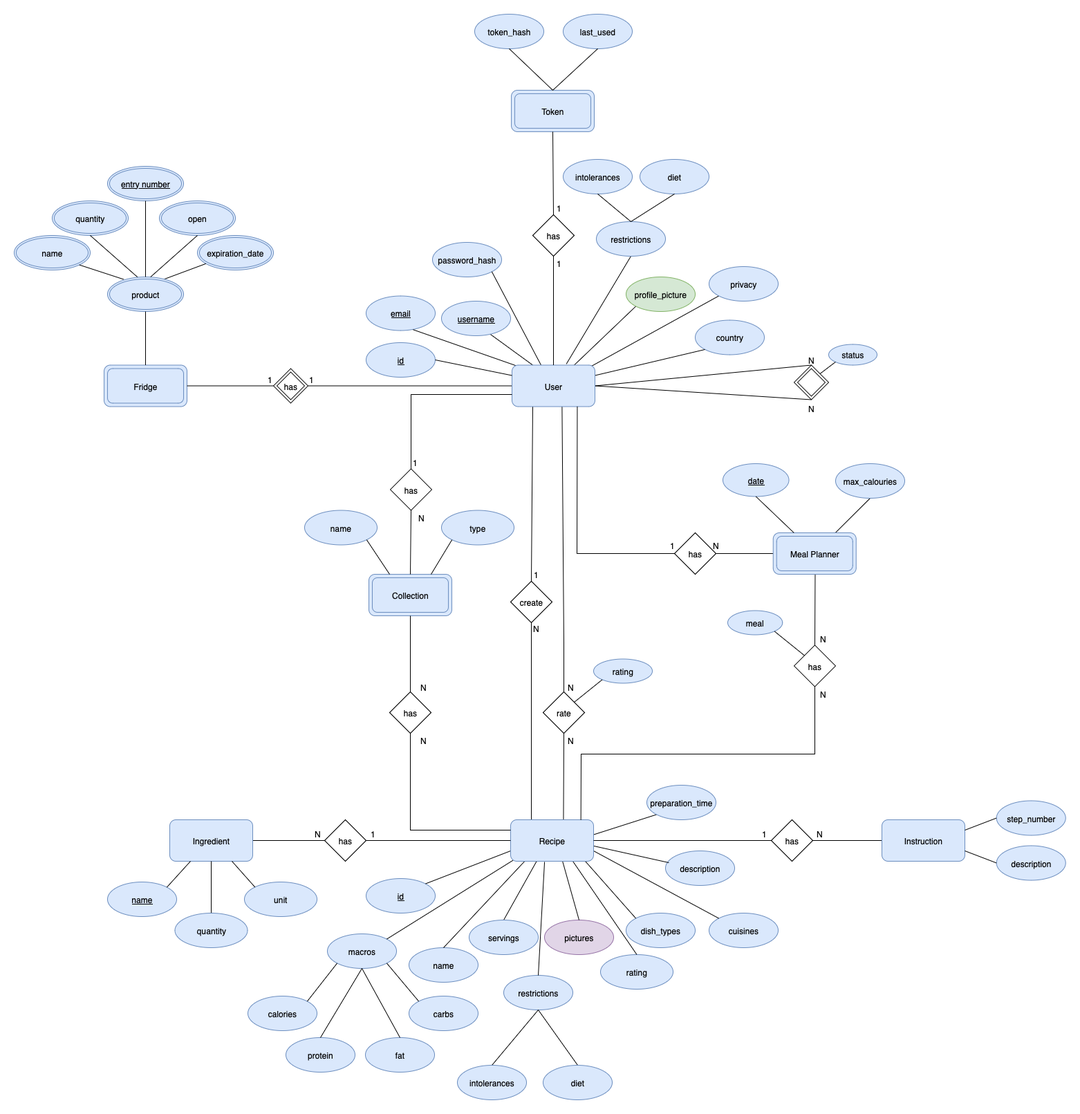
Above: docs/imgs/ModeloEA.png in vascosta/epicurius (draw.io), before the change. Source tidied: cells renumbered, new cells last; positions are measured from the earlier drawing's top-left corner, leaving out a move shared by most shapes.
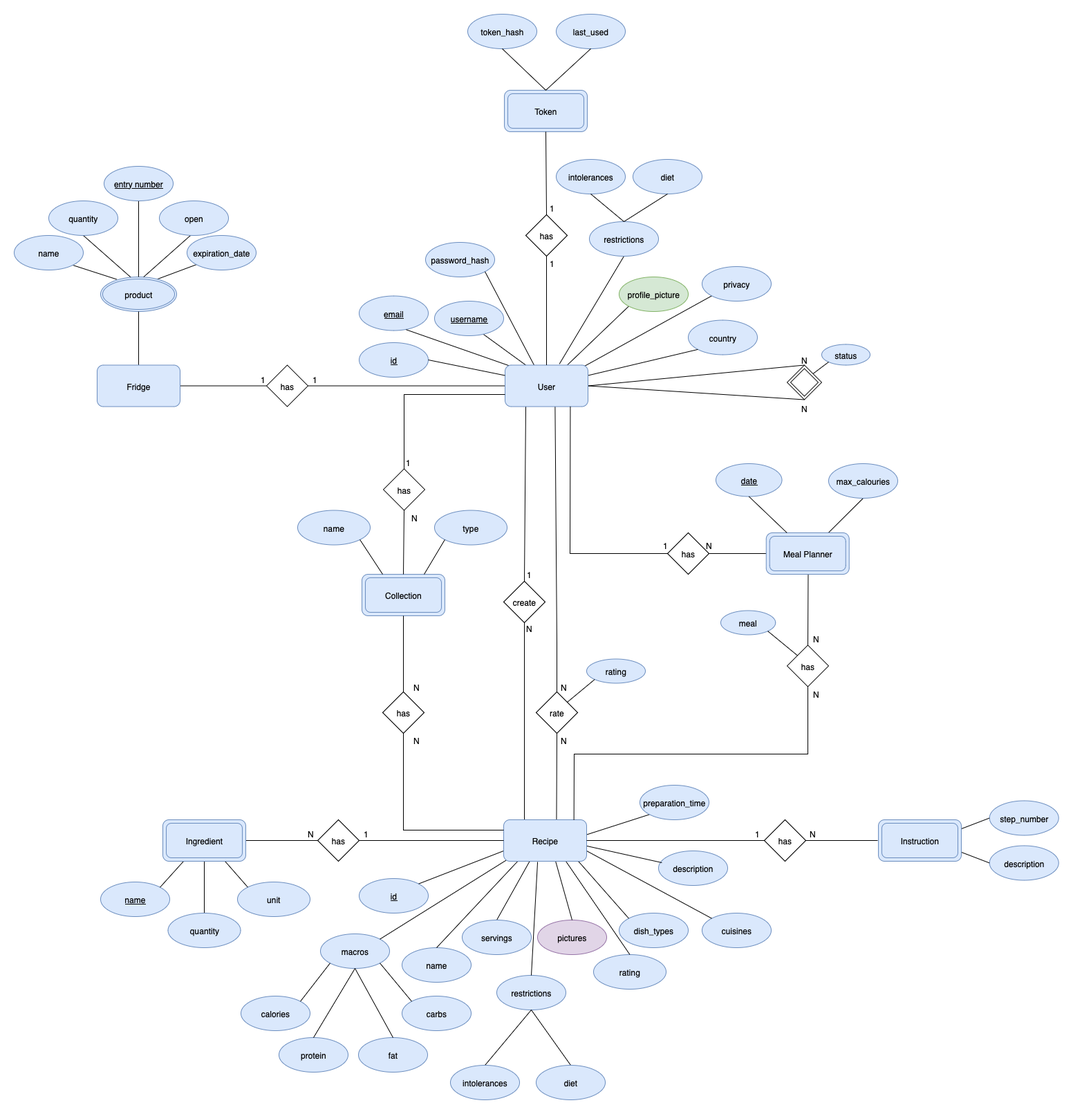
Above is the later version.

What changed in the source:
```diff
@@ -13,5 +13,5 @@
     </mxCell>
-    <mxCell id="5" style="endArrow=none;html=1;rounded=0;exitX=1;exitY=0.5;exitDx=0;exitDy=0;entryX=0;entryY=0.5;entryDx=0;entryDy=0;" parent="1" edge="1" source="53" target="63">
-      <mxGeometry relative="1" as="geometry" />
-    </mxCell>
+    <mxCell id="162" style="endArrow=none;html=1;rounded=0;entryX=0;entryY=0.5;entryDx=0;entryDy=0;exitX=1;exitY=0.5;exitDx=0;exitDy=0;" parent="1" edge="1" source="64" target="63">
+      <mxGeometry relative="1" as="geometry" />
+    </mxCell>
     <mxCell id="6" value="1" style="text;html=1;align=center;verticalAlign=middle;whiteSpace=wrap;rounded=0;" parent="1" vertex="1">
@@ -20,3 +20,3 @@
     <mxCell id="7" value="1" style="text;html=1;align=center;verticalAlign=middle;whiteSpace=wrap;rounded=0;" parent="1" vertex="1">
-      <mxGeometry x="420" y="517.5" width="20" height="20" as="geometry" />
+      <mxGeometry x="435" y="517.5" width="20" height="20" as="geometry" />
     </mxCell>
@@ -154,11 +154,2 @@
     </mxCell>
-    <mxCell id="52" value="expiration_date" style="ellipse;shape=doubleEllipse;margin=3;whiteSpace=wrap;html=1;align=center;fillColor=#dae8fc;strokeColor=#6c8ebf;" parent="1" vertex="1">
-      <mxGeometry x="265" y="320" width="110" height="50" as="geometry" />
-    </mxCell>
-    <mxCell id="53" style="rhombus;whiteSpace=wrap;html=1;" parent="1" vertex="1">
-      <mxGeometry x="375" y="512.5" width="50" height="50" as="geometry" />
-    </mxCell>
-    <mxCell id="54" value="Fridge" style="shape=ext;margin=3;double=1;whiteSpace=wrap;html=1;align=center;fillColor=#dae8fc;strokeColor=#6c8ebf;rounded=1;" parent="1" vertex="1">
-      <mxGeometry x="130" y="507.5" width="120" height="60" as="geometry" />
-    </mxCell>
     <mxCell id="55" style="endArrow=none;html=1;rounded=0;fontFamily=Helvetica;fontSize=12;fontColor=default;entryX=0.603;entryY=0.939;entryDx=0;entryDy=0;entryPerimeter=0;exitX=0.5;exitY=0;exitDx=0;exitDy=0;" parent="1" edge="1" source="79" target="63">
@@ -179,8 +170,8 @@
     </mxCell>
-    <mxCell id="59" style="endArrow=none;html=1;rounded=0;fontFamily=Helvetica;fontSize=12;fontColor=default;entryX=1;entryY=0.5;entryDx=0;entryDy=0;exitX=0.5;exitY=1;exitDx=0;exitDy=0;" parent="1" edge="1" source="49" target="63">
-      <mxGeometry relative="1" as="geometry" />
-    </mxCell>
-    <mxCell id="60" style="endArrow=none;html=1;rounded=0;fontFamily=Helvetica;fontSize=12;fontColor=default;exitX=0.5;exitY=0;exitDx=0;exitDy=0;entryX=1;entryY=0.5;entryDx=0;entryDy=0;" parent="1" edge="1" source="49" target="63">
-      <mxGeometry relative="1" as="geometry" />
-    </mxCell>
+    <mxCell id="163" style="endArrow=none;html=1;rounded=0;fontFamily=Helvetica;fontSize=12;fontColor=default;entryX=1;entryY=0.5;entryDx=0;entryDy=0;exitX=0.5;exitY=1;exitDx=0;exitDy=0;" parent="1" edge="1" source="49" target="63">
+      <mxGeometry relative="1" as="geometry" />
+    </mxCell>
+    <mxCell id="164" style="endArrow=none;html=1;rounded=0;fontFamily=Helvetica;fontSize=12;fontColor=default;exitX=0.5;exitY=0;exitDx=0;exitDy=0;entryX=1;entryY=0.5;entryDx=0;entryDy=0;" parent="1" edge="1" source="49" target="63">
+      <mxGeometry relative="1" as="geometry" />
+    </mxCell>
     <mxCell id="61" value="N" style="text;html=1;align=center;verticalAlign=middle;whiteSpace=wrap;rounded=0;" parent="1" vertex="1">
@@ -194,20 +185,17 @@
     </mxCell>
-    <mxCell id="64" value="has" style="rhombus;whiteSpace=wrap;html=1;" parent="1" vertex="1">
-      <mxGeometry x="380" y="517.5" width="40" height="40" as="geometry" />
-    </mxCell>
-    <mxCell id="65" value="name" style="ellipse;shape=doubleEllipse;margin=3;whiteSpace=wrap;html=1;align=center;fillColor=#dae8fc;strokeColor=#6c8ebf;" parent="1" vertex="1">
-      <mxGeometry y="320" width="110" height="50" as="geometry" />
-    </mxCell>
-    <mxCell id="66" value="quantity" style="ellipse;shape=doubleEllipse;margin=3;whiteSpace=wrap;html=1;align=center;fillColor=#dae8fc;strokeColor=#6c8ebf;" parent="1" vertex="1">
-      <mxGeometry x="55" y="270" width="110" height="50" as="geometry" />
-    </mxCell>
-    <mxCell id="67" style="endArrow=none;html=1;rounded=0;fontFamily=Helvetica;fontSize=12;fontColor=default;entryX=1;entryY=1;entryDx=0;entryDy=0;exitX=0.214;exitY=0.071;exitDx=0;exitDy=0;exitPerimeter=0;fillColor=#dae8fc;strokeColor=light-dark(#000000, #5c79a3);" parent="1" edge="1" source="70" target="65">
-      <mxGeometry relative="1" as="geometry" />
-    </mxCell>
-    <mxCell id="68" style="endArrow=none;html=1;rounded=0;fontFamily=Helvetica;fontSize=12;fontColor=default;entryX=0.5;entryY=1;entryDx=0;entryDy=0;exitX=0.399;exitY=0.014;exitDx=0;exitDy=0;exitPerimeter=0;fillColor=#dae8fc;strokeColor=light-dark(#000000, #5c79a3);" parent="1" edge="1" source="70" target="66">
-      <mxGeometry relative="1" as="geometry" />
-    </mxCell>
-    <mxCell id="69" style="endArrow=none;html=1;rounded=0;fontFamily=Helvetica;fontSize=12;fontColor=default;exitX=0.723;exitY=0.083;exitDx=0;exitDy=0;exitPerimeter=0;fillColor=#dae8fc;strokeColor=light-dark(#000000, #5c79a3);" parent="1" edge="1" source="70" target="52">
-      <mxGeometry relative="1" as="geometry" />
-    </mxCell>
+    <mxCell id="165" style="endArrow=none;html=1;rounded=0;fontFamily=Helvetica;fontSize=12;fontColor=default;entryX=1;entryY=1;entryDx=0;entryDy=0;exitX=0.214;exitY=0.071;exitDx=0;exitDy=0;exitPerimeter=0;fillColor=#dae8fc;strokeColor=light-dark(#000000, #5c79a3);" parent="1" edge="1" source="70">
+      <mxGeometry relative="1" as="geometry">
+        <mxPoint x="93.9" y="362.7" as="targetPoint" />
+      </mxGeometry>
+    </mxCell>
+    <mxCell id="166" style="endArrow=none;html=1;rounded=0;fontFamily=Helvetica;fontSize=12;fontColor=default;entryX=0.5;entryY=1;entryDx=0;entryDy=0;exitX=0.399;exitY=0.014;exitDx=0;exitDy=0;exitPerimeter=0;fillColor=#dae8fc;strokeColor=light-dark(#000000, #5c79a3);" parent="1" edge="1" source="70">
+      <mxGeometry relative="1" as="geometry">
+        <mxPoint x="110" y="320" as="targetPoint" />
+      </mxGeometry>
+    </mxCell>
+    <mxCell id="167" style="endArrow=none;html=1;rounded=0;fontFamily=Helvetica;fontSize=12;fontColor=default;exitX=0.723;exitY=0.083;exitDx=0;exitDy=0;exitPerimeter=0;fillColor=#dae8fc;strokeColor=light-dark(#000000, #5c79a3);" parent="1" edge="1" source="70">
+      <mxGeometry relative="1" as="geometry">
+        <mxPoint x="277.3" y="360.8" as="targetPoint" />
+      </mxGeometry>
+    </mxCell>
     <mxCell id="70" value="product" style="ellipse;shape=doubleEllipse;margin=3;whiteSpace=wrap;html=1;align=center;fillColor=#dae8fc;strokeColor=#6c8ebf;" parent="1" vertex="1">
@@ -215,8 +203,7 @@
     </mxCell>
-    <mxCell id="71" value="open" style="ellipse;shape=doubleEllipse;margin=3;whiteSpace=wrap;html=1;align=center;fillColor=#dae8fc;strokeColor=#6c8ebf;" parent="1" vertex="1">
-      <mxGeometry x="210" y="270" width="110" height="50" as="geometry" />
-    </mxCell>
-    <mxCell id="72" style="endArrow=none;html=1;rounded=0;fontFamily=Helvetica;fontSize=12;fontColor=default;exitX=0.566;exitY=0.001;exitDx=0;exitDy=0;entryX=0.5;entryY=1;entryDx=0;entryDy=0;fillColor=#dae8fc;strokeColor=#000000;exitPerimeter=0;" parent="1" edge="1" source="70" target="71">
-      <mxGeometry relative="1" as="geometry" />
-    </mxCell>
+    <mxCell id="168" style="endArrow=none;html=1;rounded=0;fontFamily=Helvetica;fontSize=12;fontColor=default;exitX=0.566;exitY=0.001;exitDx=0;exitDy=0;entryX=0.5;entryY=1;entryDx=0;entryDy=0;fillColor=#dae8fc;strokeColor=#000000;exitPerimeter=0;" parent="1" edge="1" source="70">
+      <mxGeometry relative="1" as="geometry">
+        <mxPoint x="265" y="320" as="targetPoint" />
+      </mxGeometry>
+    </mxCell>
     <mxCell id="73" value="Recipe" style="rounded=1;whiteSpace=wrap;html=1;fillColor=#dae8fc;strokeColor=#6c8ebf;" parent="1" vertex="1">
@@ -254,8 +241,7 @@
     </mxCell>
-    <mxCell id="84" style="endArrow=none;html=1;rounded=0;entryX=0;entryY=0.5;entryDx=0;entryDy=0;exitX=1;exitY=0.5;exitDx=0;exitDy=0;" parent="1" edge="1" source="85" target="83">
-      <mxGeometry relative="1" as="geometry" />
-    </mxCell>
-    <mxCell id="85" value="Ingredient" style="rounded=1;whiteSpace=wrap;html=1;fillColor=#dae8fc;strokeColor=#6c8ebf;" parent="1" vertex="1">
-      <mxGeometry x="225" y="1165" width="120" height="60" as="geometry" />
-    </mxCell>
+    <mxCell id="169" style="endArrow=none;html=1;rounded=0;entryX=0;entryY=0.5;entryDx=0;entryDy=0;exitX=1;exitY=0.5;exitDx=0;exitDy=0;" parent="1" edge="1" target="83">
+      <mxGeometry relative="1" as="geometry">
+        <mxPoint x="345" y="1195" as="sourcePoint" />
+      </mxGeometry>
+    </mxCell>
     <mxCell id="86" value="&lt;u&gt;name&lt;/u&gt;" style="ellipse;whiteSpace=wrap;html=1;fillColor=#dae8fc;strokeColor=#6c8ebf;" parent="1" vertex="1">
@@ -263,8 +249,12 @@
     </mxCell>
-    <mxCell id="87" style="endArrow=none;html=1;rounded=0;exitX=1;exitY=0;exitDx=0;exitDy=0;entryX=0.25;entryY=1;entryDx=0;entryDy=0;" parent="1" edge="1" source="86" target="85">
-      <mxGeometry relative="1" as="geometry" />
-    </mxCell>
-    <mxCell id="88" style="endArrow=none;html=1;rounded=0;entryX=0.5;entryY=1;entryDx=0;entryDy=0;exitX=0.5;exitY=1;exitDx=0;exitDy=0;" parent="1" edge="1" source="89" target="85">
-      <mxGeometry relative="1" as="geometry" />
-    </mxCell>
+    <mxCell id="170" style="endArrow=none;html=1;rounded=0;exitX=1;exitY=0;exitDx=0;exitDy=0;entryX=0.25;entryY=1;entryDx=0;entryDy=0;" parent="1" edge="1" source="86">
+      <mxGeometry relative="1" as="geometry">
+        <mxPoint x="255" y="1225" as="targetPoint" />
+      </mxGeometry>
+    </mxCell>
+    <mxCell id="171" style="endArrow=none;html=1;rounded=0;entryX=0.5;entryY=1;entryDx=0;entryDy=0;exitX=0.5;exitY=1;exitDx=0;exitDy=0;" parent="1" edge="1" source="89">
+      <mxGeometry relative="1" as="geometry">
+        <mxPoint x="285" y="1225" as="targetPoint" />
+      </mxGeometry>
+    </mxCell>
     <mxCell id="89" value="quantity" style="ellipse;whiteSpace=wrap;html=1;fillColor=#dae8fc;strokeColor=#6c8ebf;" parent="1" vertex="1">
@@ -275,5 +265,7 @@
     </mxCell>
-    <mxCell id="91" style="endArrow=none;html=1;rounded=0;entryX=0.75;entryY=1;entryDx=0;entryDy=0;exitX=0;exitY=0;exitDx=0;exitDy=0;" parent="1" edge="1" source="90" target="85">
-      <mxGeometry relative="1" as="geometry" />
-    </mxCell>
+    <mxCell id="172" style="endArrow=none;html=1;rounded=0;entryX=0.75;entryY=1;entryDx=0;entryDy=0;exitX=0;exitY=0;exitDx=0;exitDy=0;" parent="1" edge="1" source="90">
+      <mxGeometry relative="1" as="geometry">
+        <mxPoint x="315" y="1225" as="targetPoint" />
+      </mxGeometry>
+    </mxCell>
     <mxCell id="92" style="endArrow=none;html=1;rounded=0;entryX=0.787;entryY=0.997;entryDx=0;entryDy=0;exitX=0;exitY=0.5;exitDx=0;exitDy=0;entryPerimeter=0;" parent="1" edge="1" source="93" target="63">
@@ -365,8 +357,7 @@
     </mxCell>
-    <mxCell id="118" value="&lt;u&gt;entry number&lt;/u&gt;" style="ellipse;shape=doubleEllipse;margin=3;whiteSpace=wrap;html=1;align=center;fillColor=#dae8fc;strokeColor=#6c8ebf;" parent="1" vertex="1">
-      <mxGeometry x="135" y="220" width="110" height="50" as="geometry" />
-    </mxCell>
-    <mxCell id="119" style="endArrow=none;html=1;rounded=0;entryX=0.5;entryY=1;entryDx=0;entryDy=0;exitX=0.5;exitY=0;exitDx=0;exitDy=0;" parent="1" edge="1" source="70" target="118">
-      <mxGeometry relative="1" as="geometry" />
-    </mxCell>
+    <mxCell id="173" style="endArrow=none;html=1;rounded=0;entryX=0.5;entryY=1;entryDx=0;entryDy=0;exitX=0.5;exitY=0;exitDx=0;exitDy=0;" parent="1" edge="1" source="70">
+      <mxGeometry relative="1" as="geometry">
+        <mxPoint x="190" y="270" as="targetPoint" />
+      </mxGeometry>
+    </mxCell>
     <mxCell id="120" value="&lt;u&gt;date&lt;/u&gt;" style="ellipse;whiteSpace=wrap;html=1;fillColor=#dae8fc;strokeColor=#6c8ebf;" parent="1" vertex="1">
@@ -383,5 +374,7 @@
     </mxCell>
-    <mxCell id="124" style="endArrow=none;html=1;rounded=0;exitX=0.5;exitY=1;exitDx=0;exitDy=0;entryX=0.5;entryY=0;entryDx=0;entryDy=0;" parent="1" edge="1" source="70" target="54">
-      <mxGeometry relative="1" as="geometry" />
-    </mxCell>
+    <mxCell id="174" style="endArrow=none;html=1;rounded=0;exitX=0.5;exitY=1;exitDx=0;exitDy=0;entryX=0.5;entryY=0;entryDx=0;entryDy=0;" parent="1" edge="1" source="70">
+      <mxGeometry relative="1" as="geometry">
+        <mxPoint x="190" y="507.5" as="targetPoint" />
+      </mxGeometry>
+    </mxCell>
     <mxCell id="125" style="edgeStyle=orthogonalEdgeStyle;rounded=0;orthogonalLoop=1;jettySize=auto;html=1;exitX=0.5;exitY=1;exitDx=0;exitDy=0;" parent="1" edge="1" source="21" target="21">
@@ -389,5 +382,8 @@
     </mxCell>
-    <mxCell id="126" style="endArrow=none;html=1;rounded=0;entryX=0;entryY=0.5;entryDx=0;entryDy=0;exitX=1;exitY=0.5;exitDx=0;exitDy=0;" parent="1" edge="1" source="54" target="53">
-      <mxGeometry relative="1" as="geometry" />
-    </mxCell>
+    <mxCell id="175" style="endArrow=none;html=1;rounded=0;entryX=0;entryY=0.5;entryDx=0;entryDy=0;exitX=1;exitY=0.5;exitDx=0;exitDy=0;" parent="1" edge="1">
+      <mxGeometry relative="1" as="geometry">
+        <mxPoint x="250" y="537.5" as="sourcePoint" />
+        <mxPoint x="375" y="537.5" as="targetPoint" />
+      </mxGeometry>
+    </mxCell>
     <mxCell id="127" value="Collection" style="shape=ext;margin=3;double=1;whiteSpace=wrap;html=1;align=center;fillColor=#dae8fc;strokeColor=#6c8ebf;rounded=1;" parent="1" vertex="1">
@@ -401,10 +397,10 @@
     </mxCell>
-    <mxCell id="130" style="endArrow=none;html=1;rounded=0;exitX=0.5;exitY=0;exitDx=0;exitDy=0;" parent="1" edge="1" source="131">
-      <mxGeometry relative="1" as="geometry">
-        <mxPoint x="720" y="550" as="targetPoint" />
-        <Array as="points">
-          <mxPoint x="574" y="550" />
-        </Array>
-      </mxGeometry>
-    </mxCell>
+    <mxCell id="176" style="endArrow=none;html=1;rounded=0;exitX=0.5;exitY=0;exitDx=0;exitDy=0;" parent="1" edge="1" source="131">
+      <mxGeometry relative="1" as="geometry">
+        <mxPoint x="720" y="550" as="targetPoint" />
+        <Array as="points">
+          <mxPoint x="574" y="550" />
+        </Array>
+      </mxGeometry>
+    </mxCell>
     <mxCell id="131" value="has" style="rhombus;whiteSpace=wrap;html=1;" parent="1" vertex="1">
@@ -476,8 +472,8 @@
     </mxCell>
-    <mxCell id="152" style="endArrow=none;html=1;rounded=0;exitX=1;exitY=0.5;exitDx=0;exitDy=0;" parent="1" edge="1">
-      <mxGeometry relative="1" as="geometry">
-        <mxPoint x="838" y="1195" as="sourcePoint" />
-        <mxPoint x="1095" y="1195" as="targetPoint" />
-      </mxGeometry>
-    </mxCell>
+    <mxCell id="177" style="endArrow=none;html=1;rounded=0;exitX=1;exitY=0.5;exitDx=0;exitDy=0;" parent="1" edge="1">
+      <mxGeometry relative="1" as="geometry">
+        <mxPoint x="838" y="1195" as="sourcePoint" />
+        <mxPoint x="1095" y="1195" as="targetPoint" />
+      </mxGeometry>
+    </mxCell>
     <mxCell id="153" value="has" style="rhombus;whiteSpace=wrap;html=1;" parent="1" vertex="1">
@@ -485,8 +481,8 @@
     </mxCell>
-    <mxCell id="154" style="endArrow=none;html=1;rounded=0;entryX=0;entryY=0.5;entryDx=0;entryDy=0;exitX=1;exitY=0.5;exitDx=0;exitDy=0;" parent="1" edge="1">
-      <mxGeometry relative="1" as="geometry">
-        <mxPoint x="1155" y="1195" as="sourcePoint" />
-        <mxPoint x="1259" y="1195" as="targetPoint" />
-      </mxGeometry>
-    </mxCell>
+    <mxCell id="178" style="endArrow=none;html=1;rounded=0;entryX=0;entryY=0.5;entryDx=0;entryDy=0;exitX=1;exitY=0.5;exitDx=0;exitDy=0;" parent="1" edge="1">
+      <mxGeometry relative="1" as="geometry">
+        <mxPoint x="1155" y="1195" as="sourcePoint" />
+        <mxPoint x="1259" y="1195" as="targetPoint" />
+      </mxGeometry>
+    </mxCell>
     <mxCell id="155" value="1" style="text;html=1;align=center;verticalAlign=middle;whiteSpace=wrap;rounded=0;" parent="1" vertex="1">
@@ -497,5 +493,2 @@
     </mxCell>
-    <mxCell id="157" value="Instruction" style="rounded=1;whiteSpace=wrap;html=1;fillColor=#dae8fc;strokeColor=#6c8ebf;" parent="1" vertex="1">
-      <mxGeometry x="1255" y="1165" width="120" height="60" as="geometry" />
-    </mxCell>
     <mxCell id="158" value="step_number" style="ellipse;whiteSpace=wrap;html=1;fillColor=#dae8fc;strokeColor=#6c8ebf;" parent="1" vertex="1">
@@ -506,8 +499,39 @@
     </mxCell>
-    <mxCell id="160" style="endArrow=none;html=1;rounded=0;entryX=1;entryY=0.25;entryDx=0;entryDy=0;exitX=0;exitY=0.5;exitDx=0;exitDy=0;" parent="1" edge="1" source="158" target="157">
-      <mxGeometry relative="1" as="geometry" />
-    </mxCell>
-    <mxCell id="161" style="endArrow=none;html=1;rounded=0;entryX=1;entryY=0.75;entryDx=0;entryDy=0;exitX=0;exitY=0.5;exitDx=0;exitDy=0;" parent="1" edge="1" source="159" target="157">
-      <mxGeometry relative="1" as="geometry" />
-    </mxCell>
+    <mxCell id="179" style="endArrow=none;html=1;rounded=0;entryX=1;entryY=0.25;entryDx=0;entryDy=0;exitX=0;exitY=0.5;exitDx=0;exitDy=0;" parent="1" edge="1" source="158">
+      <mxGeometry relative="1" as="geometry">
+        <mxPoint x="1375" y="1180" as="targetPoint" />
+      </mxGeometry>
+    </mxCell>
+    <mxCell id="180" style="endArrow=none;html=1;rounded=0;entryX=1;entryY=0.75;entryDx=0;entryDy=0;exitX=0;exitY=0.5;exitDx=0;exitDy=0;" parent="1" edge="1" source="159">
+      <mxGeometry relative="1" as="geometry">
+        <mxPoint x="1375" y="1210" as="targetPoint" />
+      </mxGeometry>
+    </mxCell>
+    <mxCell id="85" value="Ingredient" style="shape=ext;margin=3;double=1;whiteSpace=wrap;html=1;align=center;fillColor=#dae8fc;strokeColor=#6c8ebf;rounded=1;" parent="1" vertex="1">
+      <mxGeometry x="225" y="1165" width="120" height="60" as="geometry" />
+    </mxCell>
+    <mxCell id="157" value="Instruction" style="shape=ext;margin=3;double=1;whiteSpace=wrap;html=1;align=center;fillColor=#dae8fc;strokeColor=#6c8ebf;rounded=1;" parent="1" vertex="1">
+      <mxGeometry x="1260" y="1165" width="120" height="60" as="geometry" />
+    </mxCell>
+    <mxCell id="54" value="Fridge" style="rounded=1;whiteSpace=wrap;html=1;fillColor=#dae8fc;strokeColor=#6c8ebf;" parent="1" vertex="1">
+      <mxGeometry x="130" y="507.5" width="120" height="60" as="geometry" />
+    </mxCell>
+    <mxCell id="64" value="has" style="rhombus;whiteSpace=wrap;html=1;" parent="1" vertex="1">
+      <mxGeometry x="375" y="507.5" width="60" height="60" as="geometry" />
+    </mxCell>
+    <mxCell id="65" value="name" style="ellipse;whiteSpace=wrap;html=1;fillColor=#dae8fc;strokeColor=#6c8ebf;" parent="1" vertex="1">
+      <mxGeometry x="10" y="320" width="100" height="50" as="geometry" />
+    </mxCell>
+    <mxCell id="66" value="quantity" style="ellipse;whiteSpace=wrap;html=1;fillColor=#dae8fc;strokeColor=#6c8ebf;" parent="1" vertex="1">
+      <mxGeometry x="60" y="270" width="100" height="50" as="geometry" />
+    </mxCell>
+    <mxCell id="118" value="&lt;u&gt;entry number&lt;/u&gt;" style="ellipse;whiteSpace=wrap;html=1;fillColor=#dae8fc;strokeColor=#6c8ebf;" parent="1" vertex="1">
+      <mxGeometry x="140" y="220" width="100" height="50" as="geometry" />
+    </mxCell>
+    <mxCell id="71" value="open" style="ellipse;whiteSpace=wrap;html=1;fillColor=#dae8fc;strokeColor=#6c8ebf;" parent="1" vertex="1">
+      <mxGeometry x="220" y="270" width="100" height="50" as="geometry" />
+    </mxCell>
+    <mxCell id="52" value="expiration_date" style="ellipse;whiteSpace=wrap;html=1;fillColor=#dae8fc;strokeColor=#6c8ebf;" parent="1" vertex="1">
+      <mxGeometry x="260" y="320" width="100" height="50" as="geometry" />
+    </mxCell>
   </root>
```
